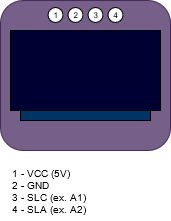
This is SSD1306_Oled.png from muratti66/arduino_module_catalog, a draw.io export, as it was before one commit. Source tidied: cells renumbered, new cells last; positions are measured from the earlier drawing's top-left corner, leaving out a move shared by most shapes. Its diagram source:
```xml
<mxGraphModel>
  <root>
    <mxCell id="0" />
    <mxCell id="1" parent="0" />
    <mxCell id="2" style="rounded=1;whiteSpace=wrap;html=1;fillColor=#76608a;strokeColor=#432D57;fontColor=#ffffff;" parent="1" vertex="1">
      <mxGeometry width="170" height="150" as="geometry" />
    </mxCell>
    <mxCell id="3" style="whiteSpace=wrap;html=1;fillColor=#000033;" parent="1" vertex="1">
      <mxGeometry x="10" y="30" width="150" height="80" as="geometry" />
    </mxCell>
    <mxCell id="4" value="4" style="ellipse;whiteSpace=wrap;html=1;fontSize=8;" parent="1" vertex="1">
      <mxGeometry x="107.5" y="7" width="15" height="15" as="geometry" />
    </mxCell>
    <mxCell id="5" value="1" style="ellipse;whiteSpace=wrap;html=1;fontSize=8;" parent="1" vertex="1">
      <mxGeometry x="47.5" y="7" width="15" height="15" as="geometry" />
    </mxCell>
    <mxCell id="6" value="2" style="ellipse;whiteSpace=wrap;html=1;fontSize=8;" parent="1" vertex="1">
      <mxGeometry x="67.5" y="7" width="15" height="15" as="geometry" />
    </mxCell>
    <mxCell id="7" value="3" style="ellipse;whiteSpace=wrap;html=1;fontSize=8;" parent="1" vertex="1">
      <mxGeometry x="87.5" y="7" width="15" height="15" as="geometry" />
    </mxCell>
    <mxCell id="8" style="rounded=0;whiteSpace=wrap;html=1;fontSize=8;fillColor=#003366;" parent="1" vertex="1">
      <mxGeometry x="20" y="110" width="130" height="10" as="geometry" />
    </mxCell>
    <mxCell id="9" value="&lt;div&gt;1 - VCC (5V)&lt;br&gt;&lt;/div&gt;&lt;div&gt;2 - GND&lt;/div&gt;&lt;div&gt;3 - SLC (ex. A1)&lt;/div&gt;&lt;div&gt;4 - SLA (ex. A2)&lt;br&gt;&lt;/div&gt;" style="text;html=1;strokeColor=none;fillColor=none;align=left;verticalAlign=top;whiteSpace=wrap;rounded=0;fontSize=10;" parent="1" vertex="1">
      <mxGeometry x="10" y="160" width="100" height="60" as="geometry" />
    </mxCell>
  </root>
</mxGraphModel>
```
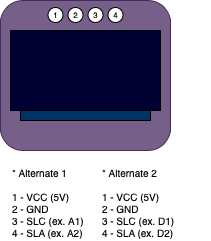
Later version of the same file.

Commit message:
Alternate usage added

Diff of the diagram source:
```diff
@@ -23,8 +23,11 @@
     <mxCell id="8" style="rounded=0;whiteSpace=wrap;html=1;fontSize=8;fillColor=#003366;" parent="1" vertex="1">
       <mxGeometry x="20" y="110" width="130" height="10" as="geometry" />
     </mxCell>
-    <mxCell id="9" value="&lt;div&gt;1 - VCC (5V)&lt;br&gt;&lt;/div&gt;&lt;div&gt;2 - GND&lt;/div&gt;&lt;div&gt;3 - SLC (ex. A1)&lt;/div&gt;&lt;div&gt;4 - SLA (ex. A2)&lt;br&gt;&lt;/div&gt;" style="text;html=1;strokeColor=none;fillColor=none;align=left;verticalAlign=top;whiteSpace=wrap;rounded=0;fontSize=10;" parent="1" vertex="1">
-      <mxGeometry x="10" y="160" width="100" height="60" as="geometry" />
+    <mxCell id="9" value="&lt;div&gt;* Alternate 1&lt;/div&gt;&lt;div&gt;&lt;br&gt;&lt;/div&gt;&lt;div&gt;1 - VCC (5V)&lt;br&gt;&lt;/div&gt;&lt;div&gt;2 - GND&lt;/div&gt;&lt;div&gt;3 - SLC (ex. A1)&lt;/div&gt;&lt;div&gt;4 - SLA (ex. A2)&lt;br&gt;&lt;/div&gt;" style="text;html=1;strokeColor=none;fillColor=none;align=left;verticalAlign=top;whiteSpace=wrap;rounded=0;fontSize=10;" parent="1" vertex="1">
+      <mxGeometry x="10" y="160" width="110" height="80" as="geometry" />
     </mxCell>
+    <mxCell id="10" value="&lt;div&gt;* Alternate 2&lt;/div&gt;&lt;div&gt;&lt;br&gt;&lt;/div&gt;&lt;div&gt;1 - VCC (5V)&lt;br&gt;&lt;/div&gt;&lt;div&gt;2 - GND&lt;/div&gt;&lt;div&gt;3 - SLC (ex. D1)&lt;/div&gt;&lt;div&gt;4 - SLA (ex. D2)&lt;br&gt;&lt;/div&gt;" style="text;html=1;strokeColor=none;fillColor=none;align=left;verticalAlign=top;whiteSpace=wrap;rounded=0;fontSize=10;" parent="1" vertex="1">
+      <mxGeometry x="100" y="160" width="110" height="80" as="geometry" />
+    </mxCell>
   </root>
 </mxGraphModel>
```
